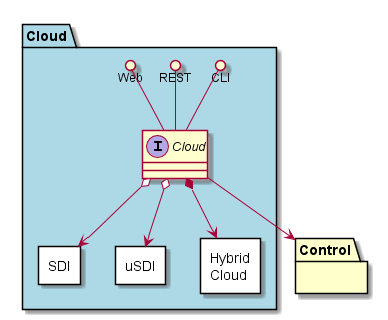
Before: docs/Solution/Cloud/Logical.png, a diagram exported from PlantUML (CAADE/edgeville). Its diagram source:
```plantuml
@startuml

package "Control" #ffffcc {

}

package "Cloud" #lightblue {

    interface "Cloud" {
    }

    CLI ()-- "Cloud"
    REST ()-- "Cloud"
    Web ()-- "Cloud"

    rectangle SDI {
    }
    rectangle uSDI {
    }
    rectangle "Hybrid\nCloud" as HC {
    }
    Cloud *--> HC
    Cloud o--> SDI
    Cloud o--> uSDI
}

"Cloud" --> Control

@enduml
```
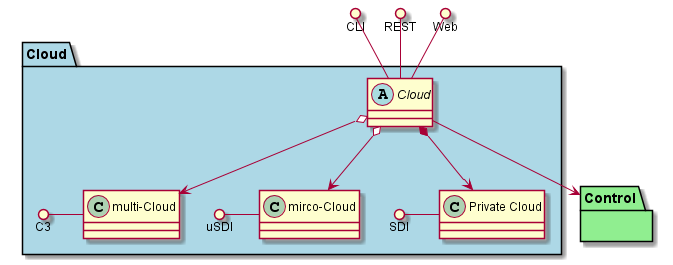
The same file after the commit.

What changed in the source:
```diff
@@ -1,28 +1,29 @@
 @startuml
 
-package "Control" #ffffcc {
+package "Control" #lightgreen {
 
 }
 
 package "Cloud" #lightblue {
 
-    interface "Cloud" {
+    abstract "Cloud" {
     }
 
-    CLI ()-- "Cloud"
-    REST ()-- "Cloud"
-    Web ()-- "Cloud"
 
-    rectangle SDI {
-    }
-    rectangle uSDI {
-    }
-    rectangle "Hybrid\nCloud" as HC {
-    }
-    Cloud *--> HC
-    Cloud o--> SDI
-    Cloud o--> uSDI
+    class "Private Cloud" as PCloud
+    class "mirco-Cloud" as uCloud
+    class "multi-Cloud" as mCloud
+
+    SDI ()- PCloud
+    uSDI ()- uCloud
+    C3 ()- mCloud
+    Cloud *--> PCloud
+    Cloud o--> uCloud
+    Cloud o--> mCloud
 }
+CLI ()-- "Cloud"
+REST ()-- "Cloud"
+Web ()-- "Cloud"
 
 "Cloud" --> Control
 
```
